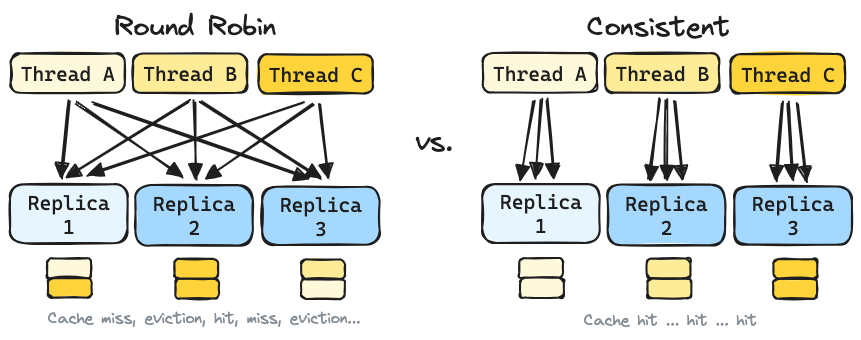
Above: docs/diagrams/round-robin-vs-consistent-hash.excalidraw.png in substratusai/kubeai (Excalidraw), before the change. Source tidied: one line per element, renumbered; positions are measured from the earlier drawing's top-left corner, leaving out a move shared by most shapes. The source it was exported from:
```json
{"id": 0, "type": "rectangle", "strokeColor": "#1e1e1e", "backgroundColor": "#fff9db", "fillStyle": "solid", "strokeWidth": 2, "roughness": 1, "round": true, "x": 1, "y": 43, "width": 114, "height": 39}
{"id": 1, "type": "text", "text": "Thread A", "strokeColor": "#1e1e1e", "strokeWidth": 2, "roughness": 1, "fontSize": 20, "fontFamily": 3, "textAlign": "center", "verticalAlign": "middle", "inside": 0, "x": 11, "y": 51, "width": 94, "height": 24}
{"id": 2, "type": "rectangle", "strokeColor": "#1e1e1e", "backgroundColor": "#ffec99", "fillStyle": "solid", "strokeWidth": 2, "roughness": 1, "round": true, "x": 123, "y": 44, "width": 114, "height": 39}
{"id": 3, "type": "text", "text": "Thread B", "strokeColor": "#1e1e1e", "strokeWidth": 2, "roughness": 1, "fontSize": 20, "fontFamily": 3, "textAlign": "center", "verticalAlign": "middle", "inside": 2, "x": 133, "y": 51, "width": 94, "height": 24}
{"id": 4, "type": "rectangle", "strokeColor": "#1e1e1e", "backgroundColor": "#ffd43b", "fillStyle": "solid", "strokeWidth": 2, "roughness": 1, "round": true, "x": 248, "y": 44, "width": 114, "height": 39}
{"id": 5, "type": "text", "text": "Thread C", "strokeColor": "#1e1e1e", "strokeWidth": 2, "roughness": 1, "fontSize": 20, "fontFamily": 3, "textAlign": "center", "verticalAlign": "middle", "inside": 4, "x": 259, "y": 52, "width": 94, "height": 24}
{"id": 6, "type": "rectangle", "strokeColor": "#1e1e1e", "backgroundColor": "#e7f5ff", "fillStyle": "solid", "strokeWidth": 2, "roughness": 1, "round": true, "x": 0, "y": 174, "width": 118, "height": 59}
{"id": 7, "type": "text", "text": "Replica\n1", "strokeColor": "#1e1e1e", "backgroundColor": "#e7f5ff", "fillStyle": "solid", "strokeWidth": 2, "roughness": 1, "fontSize": 20, "fontFamily": 3, "textAlign": "center", "verticalAlign": "middle", "inside": 6, "x": 18, "y": 180, "width": 82, "height": 48}
{"id": 8, "type": "rectangle", "strokeColor": "#1e1e1e", "backgroundColor": "#a5d8ff", "fillStyle": "solid", "strokeWidth": 2, "roughness": 1, "round": true, "x": 125, "y": 175, "width": 118, "height": 61}
{"id": 9, "type": "text", "text": "Replica\n2", "strokeColor": "#1e1e1e", "backgroundColor": "#e7f5ff", "fillStyle": "solid", "strokeWidth": 2, "roughness": 1, "fontSize": 20, "fontFamily": 3, "textAlign": "center", "verticalAlign": "middle", "inside": 8, "x": 143, "y": 181, "width": 82, "height": 48}
{"id": 10, "type": "rectangle", "strokeColor": "#1e1e1e", "backgroundColor": "#a5d8ff", "fillStyle": "solid", "strokeWidth": 2, "roughness": 1, "round": true, "x": 252, "y": 177, "width": 118, "height": 58}
{"id": 11, "type": "text", "text": "Replica\n3", "strokeColor": "#1e1e1e", "backgroundColor": "#e7f5ff", "fillStyle": "solid", "strokeWidth": 2, "roughness": 1, "fontSize": 20, "fontFamily": 3, "textAlign": "center", "verticalAlign": "middle", "inside": 10, "x": 270, "y": 182, "width": 82, "height": 48}
{"id": 12, "type": "rectangle", "strokeColor": "#1e1e1e", "backgroundColor": "#fff9db", "fillStyle": "solid", "strokeWidth": 2, "roughness": 1, "round": true, "x": 37, "y": 248, "width": 44, "height": 20}
{"id": 13, "type": "rectangle", "strokeColor": "#1e1e1e", "backgroundColor": "#ffd43b", "fillStyle": "solid", "strokeWidth": 2, "roughness": 1, "round": true, "x": 38, "y": 268, "width": 44, "height": 20}
{"id": 14, "type": "rectangle", "strokeColor": "#1e1e1e", "backgroundColor": "#ffd43b", "fillStyle": "solid", "strokeWidth": 2, "roughness": 1, "round": true, "x": 165, "y": 269, "width": 44, "height": 20}
{"id": 15, "type": "rectangle", "strokeColor": "#1e1e1e", "backgroundColor": "#ffd43b", "fillStyle": "solid", "strokeWidth": 2, "roughness": 1, "round": true, "x": 164, "y": 249, "width": 44, "height": 20}
{"id": 16, "type": "rectangle", "strokeColor": "#1e1e1e", "backgroundColor": "#fff9db", "fillStyle": "solid", "strokeWidth": 2, "roughness": 1, "round": true, "x": 291, "y": 269, "width": 44, "height": 20}
{"id": 17, "type": "rectangle", "strokeColor": "#1e1e1e", "backgroundColor": "#ffec99", "fillStyle": "solid", "strokeWidth": 2, "roughness": 1, "round": true, "x": 291, "y": 249, "width": 44, "height": 20}
{"id": 18, "type": "arrow", "strokeColor": "#1e1e1e", "backgroundColor": "#ffec99", "fillStyle": "solid", "strokeWidth": 2, "roughness": 1, "endArrowhead": "triangle", "round": true, "from": 0, "to": 6, "x": 60, "y": 91, "width": 7, "height": 77, "points": [[0, 0], [-7, 77]]}
{"id": 19, "type": "arrow", "strokeColor": "#1e1e1e", "backgroundColor": "#ffec99", "fillStyle": "solid", "strokeWidth": 2, "roughness": 1, "endArrowhead": "triangle", "round": true, "from": 0, "to": 8, "x": 66, "y": 93, "width": 106, "height": 74, "points": [[0, 0], [106, 74]]}
{"id": 20, "type": "arrow", "strokeColor": "#1e1e1e", "backgroundColor": "#ffec99", "fillStyle": "solid", "strokeWidth": 2, "roughness": 1, "endArrowhead": "triangle", "round": true, "from": 0, "to": 10, "x": 84, "y": 93, "width": 216, "height": 75, "points": [[0, 0], [216, 75]]}
{"id": 21, "type": "arrow", "strokeColor": "#1e1e1e", "backgroundColor": "#ffec99", "fillStyle": "solid", "strokeWidth": 2, "roughness": 1, "endArrowhead": "triangle", "round": true, "from": 2, "to": 6, "x": 180, "y": 91, "width": 123, "height": 77, "points": [[0, 0], [-123, 77]]}
{"id": 22, "type": "arrow", "strokeColor": "#1e1e1e", "backgroundColor": "#ffec99", "fillStyle": "solid", "strokeWidth": 2, "roughness": 1, "endArrowhead": "triangle", "round": true, "from": 2, "to": 8, "x": 184, "y": 91, "width": 2, "height": 77, "points": [[0, 0], [2, 77]]}
{"id": 23, "type": "arrow", "strokeColor": "#1e1e1e", "backgroundColor": "#ffec99", "fillStyle": "solid", "strokeWidth": 2, "roughness": 1, "endArrowhead": "triangle", "round": true, "from": 2, "to": 10, "x": 190, "y": 91, "width": 120, "height": 77, "points": [[0, 0], [120, 77]]}
{"id": 24, "type": "arrow", "strokeColor": "#1e1e1e", "backgroundColor": "#ffec99", "fillStyle": "solid", "strokeWidth": 2, "roughness": 1, "endArrowhead": "triangle", "round": true, "from": 4, "to": 10, "x": 310, "y": 94, "width": 8, "height": 74, "points": [[0, 0], [8, 74]]}
{"id": 25, "type": "arrow", "strokeColor": "#1e1e1e", "backgroundColor": "#ffec99", "fillStyle": "solid", "strokeWidth": 2, "roughness": 1, "endArrowhead": "triangle", "round": true, "from": 4, "to": 8, "x": 303, "y": 95, "width": 106, "height": 73, "points": [[0, 0], [-106, 73]]}
{"id": 26, "type": "arrow", "strokeColor": "#1e1e1e", "backgroundColor": "#ffec99", "fillStyle": "solid", "strokeWidth": 2, "roughness": 1, "endArrowhead": "triangle", "round": true, "from": 4, "to": 6, "x": 293, "y": 93, "width": 215, "height": 73, "points": [[0, 0], [-215, 73]]}
{"id": 27, "type": "text", "text": "Round Robin", "strokeColor": "#1e1e1e", "backgroundColor": "#ffec99", "fillStyle": "solid", "strokeWidth": 2, "roughness": 1, "fontSize": 28, "fontFamily": 1, "x": 105, "y": 0, "width": 161, "height": 35}
{"id": 28, "type": "text", "text": "Cache miss, eviction, hit, miss, eviction...", "strokeColor": "#868e96", "backgroundColor": "#ffec99", "fillStyle": "solid", "strokeWidth": 2, "roughness": 1, "fontSize": 16, "fontFamily": 1, "x": 38, "y": 299, "width": 313, "height": 20}
{"id": 29, "type": "rectangle", "strokeColor": "#1e1e1e", "backgroundColor": "#fff9db", "fillStyle": "solid", "strokeWidth": 2, "roughness": 1, "round": true, "x": 473, "y": 43, "width": 114, "height": 39}
{"id": 30, "type": "text", "text": "Thread A", "strokeColor": "#1e1e1e", "strokeWidth": 2, "roughness": 1, "fontSize": 20, "fontFamily": 3, "textAlign": "center", "verticalAlign": "middle", "inside": 29, "x": 483, "y": 51, "width": 94, "height": 24}
{"id": 31, "type": "rectangle", "strokeColor": "#1e1e1e", "backgroundColor": "#ffec99", "fillStyle": "solid", "strokeWidth": 2, "roughness": 1, "round": true, "x": 595, "y": 43, "width": 114, "height": 39}
{"id": 32, "type": "text", "text": "Thread B", "strokeColor": "#1e1e1e", "strokeWidth": 2, "roughness": 1, "fontSize": 20, "fontFamily": 3, "textAlign": "center", "verticalAlign": "middle", "inside": 31, "x": 605, "y": 51, "width": 94, "height": 24}
{"id": 33, "type": "rectangle", "strokeColor": "#1e1e1e", "backgroundColor": "#ffd43b", "fillStyle": "solid", "strokeWidth": 2, "roughness": 1, "round": true, "x": 721, "y": 44, "width": 114, "height": 39}
{"id": 34, "type": "text", "text": "Thread C", "strokeColor": "#1e1e1e", "strokeWidth": 2, "roughness": 1, "fontSize": 20, "fontFamily": 3, "textAlign": "center", "verticalAlign": "middle", "inside": 33, "x": 731, "y": 52, "width": 94, "height": 24}
{"id": 35, "type": "rectangle", "strokeColor": "#1e1e1e", "backgroundColor": "#e7f5ff", "fillStyle": "solid", "strokeWidth": 2, "roughness": 1, "round": true, "x": 472, "y": 174, "width": 118, "height": 59}
{"id": 36, "type": "text", "text": "Replica\n1", "strokeColor": "#1e1e1e", "backgroundColor": "#e7f5ff", "fillStyle": "solid", "strokeWidth": 2, "roughness": 1, "fontSize": 20, "fontFamily": 3, "textAlign": "center", "verticalAlign": "middle", "inside": 35, "x": 490, "y": 179, "width": 82, "height": 48}
{"id": 37, "type": "rectangle", "strokeColor": "#1e1e1e", "backgroundColor": "#a5d8ff", "fillStyle": "solid", "strokeWidth": 2, "roughness": 1, "round": true, "x": 598, "y": 175, "width": 118, "height": 61}
{"id": 38, "type": "text", "text": "Replica\n2", "strokeColor": "#1e1e1e", "backgroundColor": "#e7f5ff", "fillStyle": "solid", "strokeWidth": 2, "roughness": 1, "fontSize": 20, "fontFamily": 3, "textAlign": "center", "verticalAlign": "middle", "inside": 37, "x": 615, "y": 181, "width": 82, "height": 48}
{"id": 39, "type": "rectangle", "strokeColor": "#1e1e1e", "backgroundColor": "#a5d8ff", "fillStyle": "solid", "strokeWidth": 2, "roughness": 1, "round": true, "x": 724, "y": 176, "width": 118, "height": 58}
{"id": 40, "type": "text", "text": "Replica\n3", "strokeColor": "#1e1e1e", "backgroundColor": "#e7f5ff", "fillStyle": "solid", "strokeWidth": 2, "roughness": 1, "fontSize": 20, "fontFamily": 3, "textAlign": "center", "verticalAlign": "middle", "inside": 39, "x": 742, "y": 181, "width": 82, "height": 48}
{"id": 41, "type": "rectangle", "strokeColor": "#1e1e1e", "backgroundColor": "#fff9db", "fillStyle": "solid", "strokeWidth": 2, "roughness": 1, "round": true, "x": 509, "y": 248, "width": 44, "height": 20}
{"id": 42, "type": "rectangle", "strokeColor": "#1e1e1e", "backgroundColor": "#fff9db", "fillStyle": "solid", "strokeWidth": 2, "roughness": 1, "round": true, "x": 510, "y": 268, "width": 44, "height": 20}
{"id": 43, "type": "rectangle", "strokeColor": "#1e1e1e", "backgroundColor": "#ffec99", "fillStyle": "solid", "strokeWidth": 2, "roughness": 1, "round": true, "x": 638, "y": 268, "width": 44, "height": 20}
{"id": 44, "type": "rectangle", "strokeColor": "#1e1e1e", "backgroundColor": "#ffec99", "fillStyle": "solid", "strokeWidth": 2, "roughness": 1, "round": true, "x": 637, "y": 249, "width": 44, "height": 20}
{"id": 45, "type": "rectangle", "strokeColor": "#1e1e1e", "backgroundColor": "#ffd43b", "fillStyle": "solid", "strokeWidth": 2, "roughness": 1, "round": true, "x": 763, "y": 269, "width": 44, "height": 20}
{"id": 46, "type": "rectangle", "strokeColor": "#1e1e1e", "backgroundColor": "#ffd43b", "fillStyle": "solid", "strokeWidth": 2, "roughness": 1, "round": true, "x": 763, "y": 249, "width": 44, "height": 20}
{"id": 47, "type": "arrow", "strokeColor": "#1e1e1e", "backgroundColor": "#ffec99", "fillStyle": "solid", "strokeWidth": 2, "roughness": 1, "endArrowhead": "triangle", "round": true, "from": 29, "to": 35, "x": 532, "y": 90, "width": 7, "height": 77, "points": [[0, 0], [-7, 77]]}
{"id": 48, "type": "text", "text": "Consistent", "strokeColor": "#1e1e1e", "backgroundColor": "#ffec99", "fillStyle": "solid", "strokeWidth": 2, "roughness": 1, "fontSize": 28, "fontFamily": 1, "x": 577, "y": 0, "width": 143, "height": 35}
{"id": 49, "type": "text", "text": "Cache hit ... hit ... hit", "strokeColor": "#868e96", "backgroundColor": "#ffec99", "fillStyle": "solid", "strokeWidth": 2, "roughness": 1, "fontSize": 16, "fontFamily": 1, "x": 574, "y": 301, "width": 173, "height": 20}
{"id": 50, "type": "arrow", "strokeColor": "#1e1e1e", "backgroundColor": "#ffec99", "fillStyle": "solid", "strokeWidth": 2, "roughness": 1, "endArrowhead": "triangle", "round": true, "from": 29, "to": 35, "x": 536, "y": 89, "width": 7, "height": 77, "points": [[0, 0], [7, 77]]}
{"id": 51, "type": "arrow", "strokeColor": "#1e1e1e", "backgroundColor": "#ffec99", "fillStyle": "solid", "strokeWidth": 2, "roughness": 1, "endArrowhead": "triangle", "round": true, "from": 29, "to": 35, "x": 524, "y": 91, "width": 13, "height": 77, "points": [[0, 0], [-13, 77]]}
{"id": 52, "type": "arrow", "strokeColor": "#1e1e1e", "backgroundColor": "#ffec99", "fillStyle": "solid", "strokeWidth": 2, "roughness": 1, "endArrowhead": "triangle", "round": true, "from": 31, "to": 37, "x": 649, "y": 90, "width": 10, "height": 79, "points": [[0, 0], [-10, 79]]}
{"id": 53, "type": "arrow", "strokeColor": "#1e1e1e", "backgroundColor": "#ffec99", "fillStyle": "solid", "strokeWidth": 2, "roughness": 1, "endArrowhead": "triangle", "round": true, "from": 31, "to": 37, "x": 656, "y": 91, "width": 1, "height": 78, "points": [[0, 0], [-1, 78]]}
{"id": 54, "type": "arrow", "strokeColor": "#1e1e1e", "backgroundColor": "#ffec99", "fillStyle": "solid", "strokeWidth": 2, "roughness": 1, "endArrowhead": "triangle", "round": true, "from": 31, "to": 37, "x": 665, "y": 91, "width": 7, "height": 78, "points": [[0, 0], [7, 78]]}
{"id": 55, "type": "arrow", "strokeColor": "#1e1e1e", "backgroundColor": "#ffec99", "fillStyle": "solid", "strokeWidth": 2, "roughness": 1, "endArrowhead": "triangle", "round": true, "from": 33, "to": 39, "x": 773, "y": 92, "width": 6, "height": 79, "points": [[0, 0], [-6, 79]]}
{"id": 56, "type": "arrow", "strokeColor": "#1e1e1e", "backgroundColor": "#ffec99", "fillStyle": "solid", "strokeWidth": 2, "roughness": 1, "endArrowhead": "triangle", "round": true, "from": 33, "to": 39, "x": 779, "y": 93, "width": 5, "height": 77, "points": [[0, 0], [5, 77]]}
{"id": 57, "type": "arrow", "strokeColor": "#1e1e1e", "backgroundColor": "#ffec99", "fillStyle": "solid", "strokeWidth": 2, "roughness": 1, "endArrowhead": "triangle", "round": true, "from": 33, "to": 39, "x": 787, "y": 95, "width": 10, "height": 76, "points": [[0, 0], [10, 76]]}
{"id": 58, "type": "text", "text": "vs.", "strokeColor": "#1e1e1e", "backgroundColor": "#ffec99", "fillStyle": "solid", "strokeWidth": 2, "roughness": 1, "fontSize": 28, "fontFamily": 1, "x": 405, "y": 115, "width": 38, "height": 35}
```
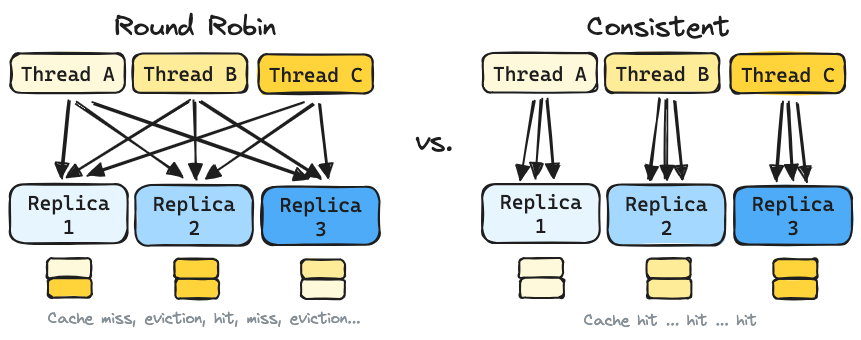
After the change.

Change to the diagram source:
```diff
@@ -8,7 +8,7 @@
 {"id": 7, "type": "text", "text": "Replica\n1", "strokeColor": "#1e1e1e", "backgroundColor": "#e7f5ff", "fillStyle": "solid", "strokeWidth": 2, "roughness": 1, "fontSize": 20, "fontFamily": 3, "textAlign": "center", "verticalAlign": "middle", "inside": 6, "x": 18, "y": 180, "width": 82, "height": 48}
 {"id": 8, "type": "rectangle", "strokeColor": "#1e1e1e", "backgroundColor": "#a5d8ff", "fillStyle": "solid", "strokeWidth": 2, "roughness": 1, "round": true, "x": 125, "y": 175, "width": 118, "height": 61}
 {"id": 9, "type": "text", "text": "Replica\n2", "strokeColor": "#1e1e1e", "backgroundColor": "#e7f5ff", "fillStyle": "solid", "strokeWidth": 2, "roughness": 1, "fontSize": 20, "fontFamily": 3, "textAlign": "center", "verticalAlign": "middle", "inside": 8, "x": 143, "y": 181, "width": 82, "height": 48}
-{"id": 10, "type": "rectangle", "strokeColor": "#1e1e1e", "backgroundColor": "#a5d8ff", "fillStyle": "solid", "strokeWidth": 2, "roughness": 1, "round": true, "x": 252, "y": 177, "width": 118, "height": 58}
+{"id": 10, "type": "rectangle", "strokeColor": "#1e1e1e", "backgroundColor": "#4dabf7", "fillStyle": "solid", "strokeWidth": 2, "roughness": 1, "round": true, "x": 252, "y": 177, "width": 118, "height": 58}
 {"id": 11, "type": "text", "text": "Replica\n3", "strokeColor": "#1e1e1e", "backgroundColor": "#e7f5ff", "fillStyle": "solid", "strokeWidth": 2, "roughness": 1, "fontSize": 20, "fontFamily": 3, "textAlign": "center", "verticalAlign": "middle", "inside": 10, "x": 270, "y": 182, "width": 82, "height": 48}
 {"id": 12, "type": "rectangle", "strokeColor": "#1e1e1e", "backgroundColor": "#fff9db", "fillStyle": "solid", "strokeWidth": 2, "roughness": 1, "round": true, "x": 37, "y": 248, "width": 44, "height": 20}
 {"id": 13, "type": "rectangle", "strokeColor": "#1e1e1e", "backgroundColor": "#ffd43b", "fillStyle": "solid", "strokeWidth": 2, "roughness": 1, "round": true, "x": 38, "y": 268, "width": 44, "height": 20}
@@ -18,10 +18,10 @@
 {"id": 17, "type": "rectangle", "strokeColor": "#1e1e1e", "backgroundColor": "#ffec99", "fillStyle": "solid", "strokeWidth": 2, "roughness": 1, "round": true, "x": 291, "y": 249, "width": 44, "height": 20}
 {"id": 18, "type": "arrow", "strokeColor": "#1e1e1e", "backgroundColor": "#ffec99", "fillStyle": "solid", "strokeWidth": 2, "roughness": 1, "endArrowhead": "triangle", "round": true, "from": 0, "to": 6, "x": 60, "y": 91, "width": 7, "height": 77, "points": [[0, 0], [-7, 77]]}
 {"id": 19, "type": "arrow", "strokeColor": "#1e1e1e", "backgroundColor": "#ffec99", "fillStyle": "solid", "strokeWidth": 2, "roughness": 1, "endArrowhead": "triangle", "round": true, "from": 0, "to": 8, "x": 66, "y": 93, "width": 106, "height": 74, "points": [[0, 0], [106, 74]]}
-{"id": 20, "type": "arrow", "strokeColor": "#1e1e1e", "backgroundColor": "#ffec99", "fillStyle": "solid", "strokeWidth": 2, "roughness": 1, "endArrowhead": "triangle", "round": true, "from": 0, "to": 10, "x": 84, "y": 93, "width": 216, "height": 75, "points": [[0, 0], [216, 75]]}
+{"id": 20, "type": "arrow", "strokeColor": "#1e1e1e", "backgroundColor": "#ffec99", "fillStyle": "solid", "strokeWidth": 2, "roughness": 1, "endArrowhead": "triangle", "round": true, "from": 0, "to": 10, "x": 84, "y": 93, "width": 215, "height": 75, "points": [[0, 0], [215, 75]]}
 {"id": 21, "type": "arrow", "strokeColor": "#1e1e1e", "backgroundColor": "#ffec99", "fillStyle": "solid", "strokeWidth": 2, "roughness": 1, "endArrowhead": "triangle", "round": true, "from": 2, "to": 6, "x": 180, "y": 91, "width": 123, "height": 77, "points": [[0, 0], [-123, 77]]}
 {"id": 22, "type": "arrow", "strokeColor": "#1e1e1e", "backgroundColor": "#ffec99", "fillStyle": "solid", "strokeWidth": 2, "roughness": 1, "endArrowhead": "triangle", "round": true, "from": 2, "to": 8, "x": 184, "y": 91, "width": 2, "height": 77, "points": [[0, 0], [2, 77]]}
-{"id": 23, "type": "arrow", "strokeColor": "#1e1e1e", "backgroundColor": "#ffec99", "fillStyle": "solid", "strokeWidth": 2, "roughness": 1, "endArrowhead": "triangle", "round": true, "from": 2, "to": 10, "x": 190, "y": 91, "width": 120, "height": 77, "points": [[0, 0], [120, 77]]}
+{"id": 23, "type": "arrow", "strokeColor": "#1e1e1e", "backgroundColor": "#ffec99", "fillStyle": "solid", "strokeWidth": 2, "roughness": 1, "endArrowhead": "triangle", "round": true, "from": 2, "to": 10, "x": 190, "y": 91, "width": 119, "height": 77, "points": [[0, 0], [119, 77]]}
 {"id": 24, "type": "arrow", "strokeColor": "#1e1e1e", "backgroundColor": "#ffec99", "fillStyle": "solid", "strokeWidth": 2, "roughness": 1, "endArrowhead": "triangle", "round": true, "from": 4, "to": 10, "x": 310, "y": 94, "width": 8, "height": 74, "points": [[0, 0], [8, 74]]}
 {"id": 25, "type": "arrow", "strokeColor": "#1e1e1e", "backgroundColor": "#ffec99", "fillStyle": "solid", "strokeWidth": 2, "roughness": 1, "endArrowhead": "triangle", "round": true, "from": 4, "to": 8, "x": 303, "y": 95, "width": 106, "height": 73, "points": [[0, 0], [-106, 73]]}
 {"id": 26, "type": "arrow", "strokeColor": "#1e1e1e", "backgroundColor": "#ffec99", "fillStyle": "solid", "strokeWidth": 2, "roughness": 1, "endArrowhead": "triangle", "round": true, "from": 4, "to": 6, "x": 293, "y": 93, "width": 215, "height": 73, "points": [[0, 0], [-215, 73]]}
@@ -37,7 +37,7 @@
 {"id": 36, "type": "text", "text": "Replica\n1", "strokeColor": "#1e1e1e", "backgroundColor": "#e7f5ff", "fillStyle": "solid", "strokeWidth": 2, "roughness": 1, "fontSize": 20, "fontFamily": 3, "textAlign": "center", "verticalAlign": "middle", "inside": 35, "x": 490, "y": 179, "width": 82, "height": 48}
 {"id": 37, "type": "rectangle", "strokeColor": "#1e1e1e", "backgroundColor": "#a5d8ff", "fillStyle": "solid", "strokeWidth": 2, "roughness": 1, "round": true, "x": 598, "y": 175, "width": 118, "height": 61}
 {"id": 38, "type": "text", "text": "Replica\n2", "strokeColor": "#1e1e1e", "backgroundColor": "#e7f5ff", "fillStyle": "solid", "strokeWidth": 2, "roughness": 1, "fontSize": 20, "fontFamily": 3, "textAlign": "center", "verticalAlign": "middle", "inside": 37, "x": 615, "y": 181, "width": 82, "height": 48}
-{"id": 39, "type": "rectangle", "strokeColor": "#1e1e1e", "backgroundColor": "#a5d8ff", "fillStyle": "solid", "strokeWidth": 2, "roughness": 1, "round": true, "x": 724, "y": 176, "width": 118, "height": 58}
+{"id": 39, "type": "rectangle", "strokeColor": "#1e1e1e", "backgroundColor": "#4dabf7", "fillStyle": "solid", "strokeWidth": 2, "roughness": 1, "round": true, "x": 724, "y": 176, "width": 118, "height": 58}
 {"id": 40, "type": "text", "text": "Replica\n3", "strokeColor": "#1e1e1e", "backgroundColor": "#e7f5ff", "fillStyle": "solid", "strokeWidth": 2, "roughness": 1, "fontSize": 20, "fontFamily": 3, "textAlign": "center", "verticalAlign": "middle", "inside": 39, "x": 742, "y": 181, "width": 82, "height": 48}
 {"id": 41, "type": "rectangle", "strokeColor": "#1e1e1e", "backgroundColor": "#fff9db", "fillStyle": "solid", "strokeWidth": 2, "roughness": 1, "round": true, "x": 509, "y": 248, "width": 44, "height": 20}
 {"id": 42, "type": "rectangle", "strokeColor": "#1e1e1e", "backgroundColor": "#fff9db", "fillStyle": "solid", "strokeWidth": 2, "roughness": 1, "round": true, "x": 510, "y": 268, "width": 44, "height": 20}
```
